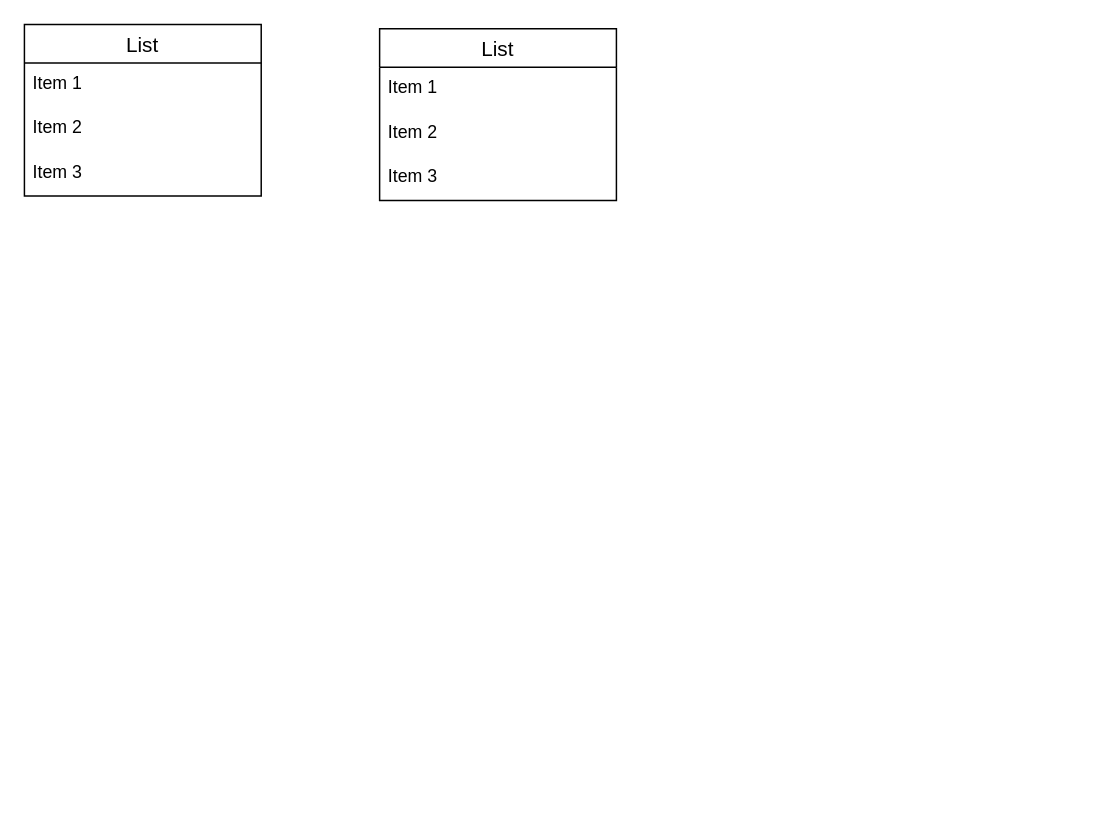
Earlier version of the draw.io diagram ER.dio (Tsukumo290/seichou). Source tidied: cells renumbered, new cells numbered last; positions are measured from the earlier drawing's top-left corner, leaving out a move shared by most shapes. Both pictures are drawn from the tidied source at 148%, with x=0, y=0 at pixel (24, 24).
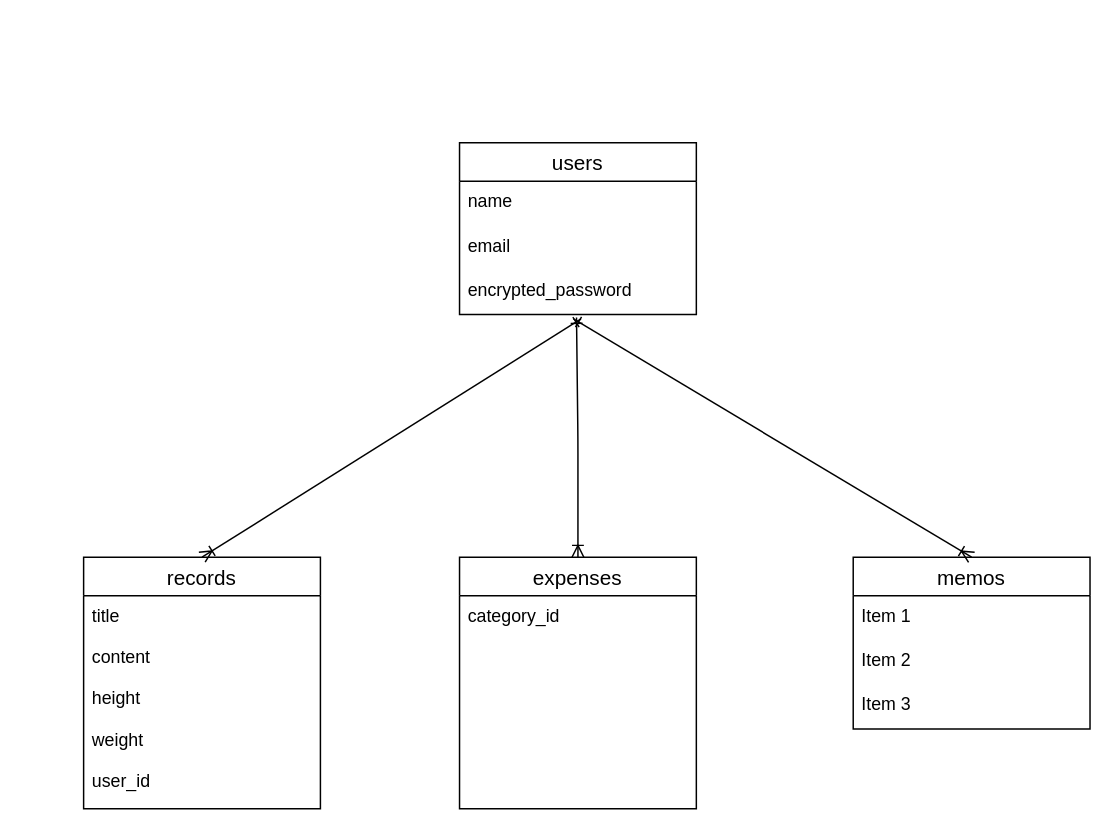
Above is the later version.

Commit message (it also covers changes not shown here):
first データベース設計

Diff of the diagram source:
```diff
@@
 <mxGraphModel>
   <root>
     <mxCell id="0" />
     <mxCell id="1" parent="0" />
+    <mxCell id="10" style="edgeStyle=none;html=1;endArrow=ERoneToMany;endFill=0;startArrow=ERone;startFill=0;exitX=0.494;exitY=1.067;exitDx=0;exitDy=0;exitPerimeter=0;" parent="1" edge="1" source="5" target="13">
+      <mxGeometry relative="1" as="geometry">
+        <Array as="points">
+          <mxPoint x="374" y="280" />
+        </Array>
+      </mxGeometry>
+    </mxCell>
-    <mxCell id="2" value="List" style="swimlane;fontStyle=0;horizontal=1;startSize=26;align=center;fontSize=14;" parent="1" vertex="1">
-      <mxGeometry width="160" height="116" as="geometry" />
+    <mxCell id="2" value="users" style="swimlane;fontStyle=0;horizontal=1;startSize=26;align=center;fontSize=14;" parent="1" vertex="1">
+      <mxGeometry x="294" y="80" width="160" height="116" as="geometry" />
     </mxCell>
-    <mxCell id="3" value="Item 1" style="text;strokeColor=none;fillColor=none;spacingLeft=4;spacingRight=4;overflow=hidden;fontSize=12;" parent="2" vertex="1">
+    <mxCell id="3" value="name" style="text;strokeColor=none;fillColor=none;spacingLeft=4;spacingRight=4;overflow=hidden;fontSize=12;" parent="2" vertex="1">
       <mxGeometry y="26" width="160" height="30" as="geometry" />
     </mxCell>
-    <mxCell id="4" value="Item 2" style="text;strokeColor=none;fillColor=none;spacingLeft=4;spacingRight=4;overflow=hidden;fontSize=12;" parent="2" vertex="1">
+    <mxCell id="4" value="email" style="text;strokeColor=none;fillColor=none;spacingLeft=4;spacingRight=4;overflow=hidden;fontSize=12;" parent="2" vertex="1">
       <mxGeometry y="56" width="160" height="30" as="geometry" />
     </mxCell>
-    <mxCell id="5" value="Item 3" style="text;strokeColor=none;fillColor=none;spacingLeft=4;spacingRight=4;overflow=hidden;points=[[0,0.5],[1,0.5]];portConstraint=eastwest;fontSize=12;" parent="2" vertex="1">
+    <mxCell id="5" value="encrypted_password" style="text;strokeColor=none;fillColor=none;spacingLeft=4;spacingRight=4;overflow=hidden;points=[[0,0.5],[1,0.5]];portConstraint=eastwest;fontSize=12;" parent="2" vertex="1">
       <mxGeometry y="86" width="160" height="30" as="geometry" />
     </mxCell>
-    <mxCell id="6" value="List" style="swimlane;fontStyle=0;horizontal=1;startSize=26;align=center;fontSize=14;" parent="1" vertex="1">
-      <mxGeometry x="240" y="3" width="160" height="116" as="geometry" />
+    <mxCell id="6" value="records" style="swimlane;fontStyle=0;horizontal=1;startSize=26;align=center;fontSize=14;" parent="1" vertex="1">
+      <mxGeometry x="40" y="360" width="160" height="170" as="geometry" />
     </mxCell>
+    <mxCell id="8" value="title&#10;&#10;content&#10;&#10;height&#10;&#10;weight&#10;&#10;user_id" style="text;strokeColor=none;fillColor=none;spacingLeft=4;spacingRight=4;overflow=hidden;fontSize=12;" parent="6" vertex="1">
+      <mxGeometry y="26" width="160" height="144" as="geometry" />
+    </mxCell>
+    <mxCell id="11" value="memos" style="swimlane;fontStyle=0;horizontal=1;startSize=26;align=center;fontSize=14;" parent="1" vertex="1">
+      <mxGeometry x="560" y="360" width="160" height="116" as="geometry" />
+    </mxCell>
-    <mxCell id="7" value="Item 1" style="text;strokeColor=none;fillColor=none;spacingLeft=4;spacingRight=4;overflow=hidden;fontSize=12;" parent="6" vertex="1">
+    <mxCell id="7" value="Item 1" style="text;strokeColor=none;fillColor=none;spacingLeft=4;spacingRight=4;overflow=hidden;fontSize=12;" parent="11" vertex="1">
       <mxGeometry y="26" width="160" height="30" as="geometry" />
     </mxCell>
-    <mxCell id="8" value="Item 2" style="text;strokeColor=none;fillColor=none;spacingLeft=4;spacingRight=4;overflow=hidden;fontSize=12;" parent="6" vertex="1">
-      <mxGeometry y="56" width="160" height="30" as="geometry" />
-    </mxCell>
+    <mxCell id="12" value="Item 2" style="text;strokeColor=none;fillColor=none;spacingLeft=4;spacingRight=4;overflow=hidden;fontSize=12;" parent="11" vertex="1">
+      <mxGeometry y="56" width="160" height="30" as="geometry" />
+    </mxCell>
-    <mxCell id="9" value="Item 3" style="text;strokeColor=none;fillColor=none;spacingLeft=4;spacingRight=4;overflow=hidden;fontSize=12;" parent="6" vertex="1">
+    <mxCell id="9" value="Item 3" style="text;strokeColor=none;fillColor=none;spacingLeft=4;spacingRight=4;overflow=hidden;fontSize=12;" parent="11" vertex="1">
       <mxGeometry y="86" width="160" height="30" as="geometry" />
     </mxCell>
+    <mxCell id="13" value="expenses" style="swimlane;fontStyle=0;horizontal=1;startSize=26;align=center;fontSize=14;" parent="1" vertex="1">
+      <mxGeometry x="294" y="360" width="160" height="170" as="geometry" />
+    </mxCell>
+    <mxCell id="14" value="category_id&#10;&#10;" style="text;strokeColor=none;fillColor=none;spacingLeft=4;spacingRight=4;overflow=hidden;fontSize=12;" parent="13" vertex="1">
+      <mxGeometry y="26" width="160" height="144" as="geometry" />
+    </mxCell>
+    <mxCell id="15" style="edgeStyle=none;html=1;entryX=0.5;entryY=0;entryDx=0;entryDy=0;startArrow=ERone;startFill=0;endArrow=ERoneToMany;endFill=0;exitX=0.481;exitY=1.1;exitDx=0;exitDy=0;exitPerimeter=0;" parent="1" edge="1" source="5" target="11">
+      <mxGeometry relative="1" as="geometry" />
+    </mxCell>
+    <mxCell id="16" style="edgeStyle=none;html=1;entryX=0.5;entryY=0;entryDx=0;entryDy=0;startArrow=ERone;startFill=0;endArrow=ERoneToMany;endFill=0;exitX=0.513;exitY=1.1;exitDx=0;exitDy=0;exitPerimeter=0;" parent="1" edge="1" source="5" target="6">
+      <mxGeometry relative="1" as="geometry" />
+    </mxCell>
   </root>
 </mxGraphModel>
```
